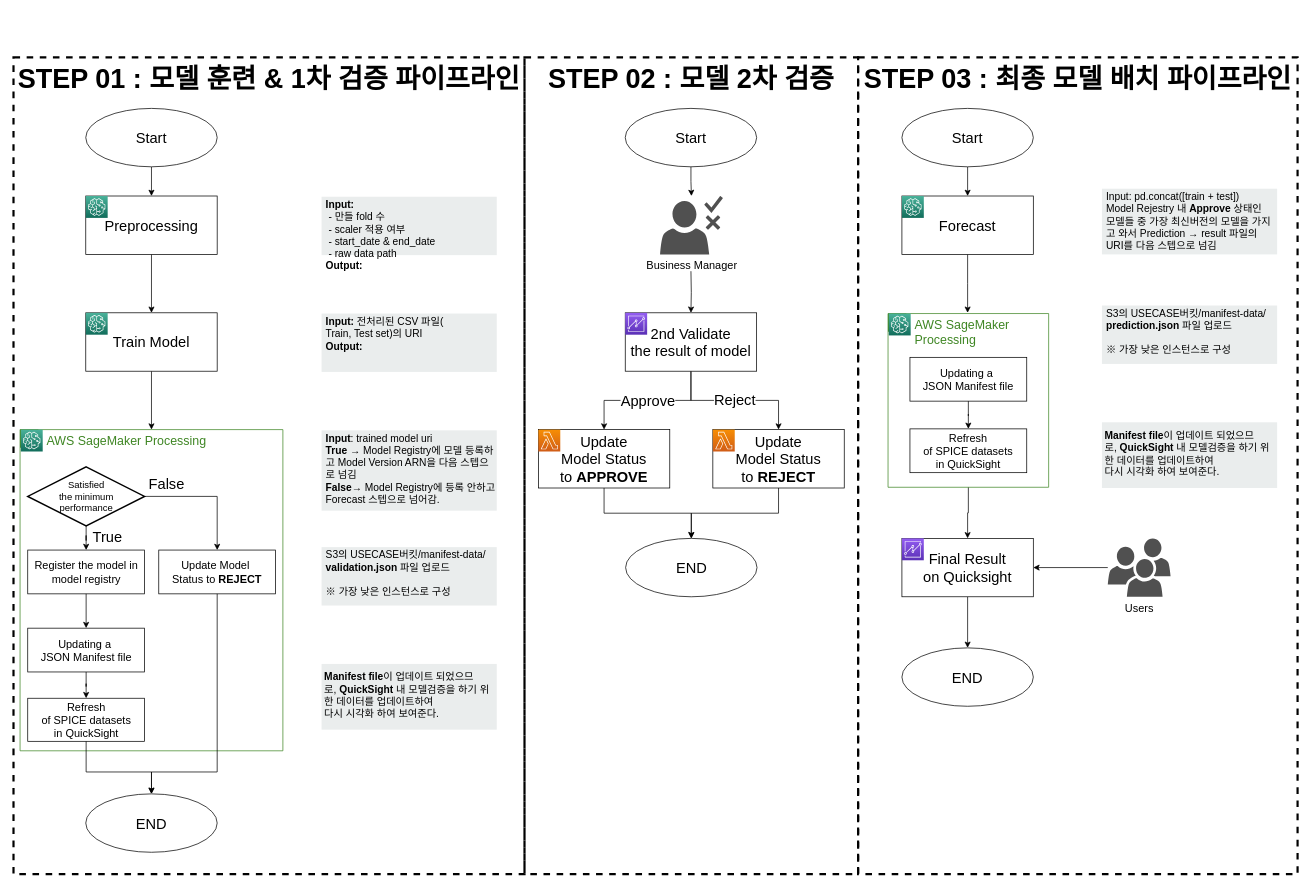
Earlier version of the draw.io diagram page "Prediction Flow" (8 of 10) of Forecast Diagram.drawio (gwangjinjeong/System-Diagram). Source tidied: cells renumbered, new cells numbered last; positions are measured from the earlier drawing's top-left corner, leaving out a move shared by most shapes. Both pictures are drawn from the tidied source at 73%, with x=0, y=0 at pixel (13, 57).
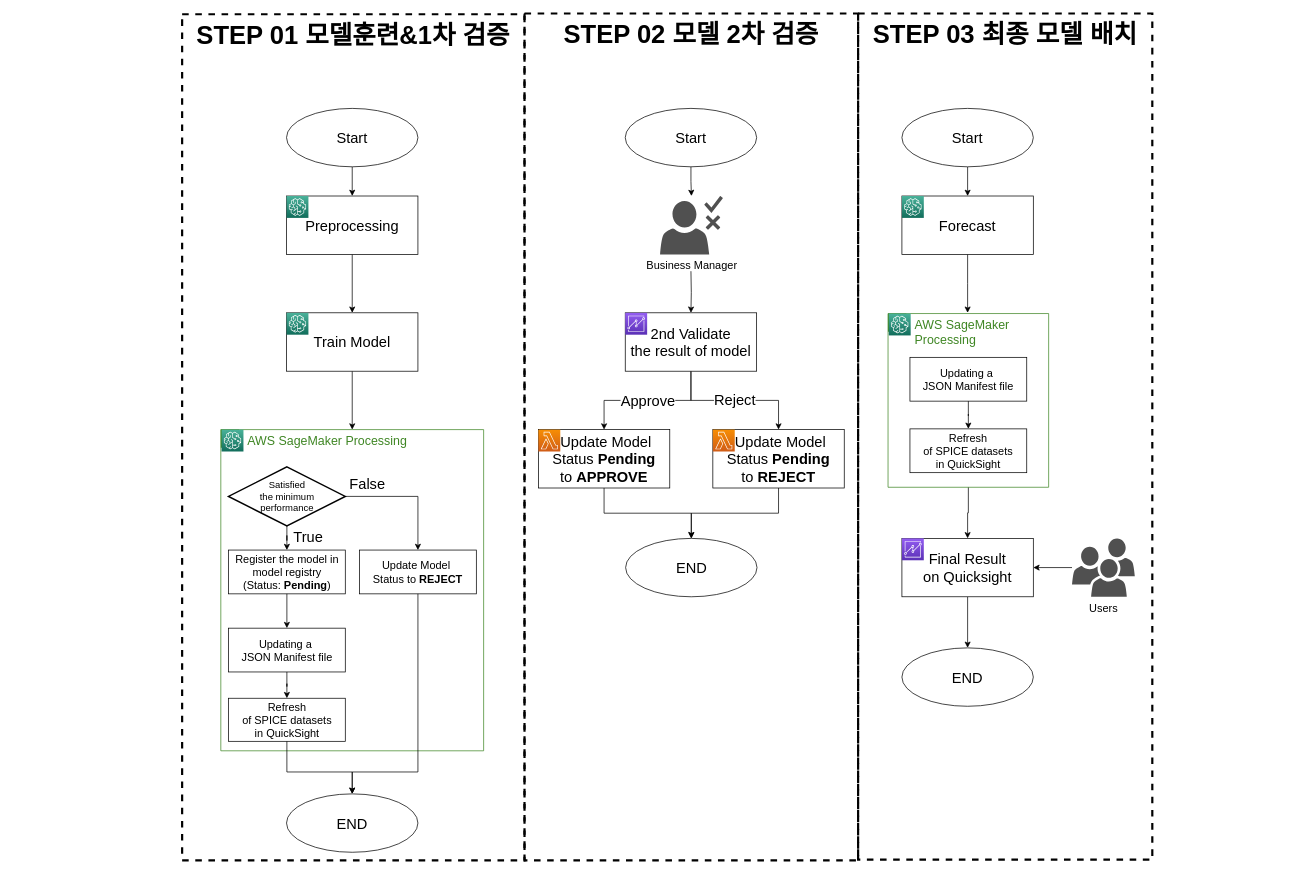
The same diagram, later.

The change refers to these unchanged cells:
```xml
<mxCell id="56" value="&lt;font style=&quot;&quot;&gt;&lt;div style=&quot;&quot;&gt;Refresh&lt;/div&gt;&lt;div style=&quot;&quot;&gt;of SPICE datasets&lt;/div&gt;&lt;div style=&quot;&quot;&gt;in QuickSight&lt;/div&gt;&lt;/font&gt;" style="rounded=0;whiteSpace=wrap;html=1;fontSize=15;" parent="55" vertex="1">
  <mxGeometry x="10.5" y="368" width="160" height="59" as="geometry" />
</mxCell>
<mxCell id="65" value="&lt;font style=&quot;&quot;&gt;&lt;div style=&quot;&quot;&gt;Update&amp;nbsp;&lt;span style=&quot;background-color: initial;&quot;&gt;Model&amp;nbsp;&lt;/span&gt;&lt;/div&gt;&lt;div style=&quot;&quot;&gt;&lt;span style=&quot;background-color: initial;&quot;&gt;Status&amp;nbsp;&lt;/span&gt;&lt;span style=&quot;background-color: initial;&quot;&gt;to &lt;b&gt;REJECT&lt;/b&gt;&lt;/span&gt;&lt;/div&gt;&lt;/font&gt;" style="rounded=0;whiteSpace=wrap;html=1;fontSize=15;" parent="55" vertex="1">
  <mxGeometry x="190" y="165" width="160" height="60" as="geometry" />
</mxCell>
```

Diff of the diagram source:
```diff
@@
+    <mxCell id="4" value="STEP 03 최종 모델 배치" style="fillColor=none;strokeColor=#000000;dashed=1;verticalAlign=top;fontStyle=1;fontColor=#000000;fontSize=35;strokeWidth=3;" parent="1" vertex="1">
+      <mxGeometry x="1157" y="-60" width="403" height="1159" as="geometry" />
+    </mxCell>
-    <mxCell id="2" value="STEP 01 : 모델 훈련 &amp; 1차 검증 파이프라인" style="fillColor=none;strokeColor=#000000;dashed=1;verticalAlign=top;fontStyle=1;fontColor=#000000;fontSize=37;strokeWidth=3;" parent="1" vertex="1">
-      <mxGeometry width="700" height="1119" as="geometry" />
+    <mxCell id="2" value="STEP 01 모델훈련&amp;1차 검증" style="fillColor=none;strokeColor=#000000;dashed=1;verticalAlign=top;fontStyle=1;fontColor=#000000;fontSize=35;strokeWidth=3;" parent="1" vertex="1">
+      <mxGeometry x="231" y="-59" width="469" height="1159" as="geometry" />
     </mxCell>
-    <mxCell id="3" value="STEP 02 : 모델 2차 검증" style="fillColor=none;strokeColor=#000000;dashed=1;verticalAlign=top;fontStyle=1;fontColor=#000000;fontSize=37;strokeWidth=3;" parent="1" vertex="1">
-      <mxGeometry x="700" width="457" height="1119" as="geometry" />
+    <mxCell id="3" value="STEP 02 모델 2차 검증" style="fillColor=none;strokeColor=#000000;dashed=1;verticalAlign=top;fontStyle=1;fontColor=#000000;fontSize=35;strokeWidth=3;" parent="1" vertex="1">
+      <mxGeometry x="700" y="-60" width="457" height="1160" as="geometry" />
     </mxCell>
-    <mxCell id="4" value="STEP 03 : 최종 모델 배치 파이프라인" style="fillColor=none;strokeColor=#000000;dashed=1;verticalAlign=top;fontStyle=1;fontColor=#000000;fontSize=37;strokeWidth=3;" parent="1" vertex="1">
-      <mxGeometry x="1157" width="602" height="1119" as="geometry" />
-    </mxCell>
@@
     <mxCell id="12" style="edgeStyle=orthogonalEdgeStyle;rounded=0;orthogonalLoop=1;jettySize=auto;html=1;fontSize=20;" parent="1" edge="1">
       <mxGeometry relative="1" as="geometry">
-        <mxPoint x="1307" y="430" as="sourcePoint" />
+        <mxPoint x="1538" y="368" as="sourcePoint" />
       </mxGeometry>
     </mxCell>
-    <mxCell id="13" style="group;" parent="1" vertex="1">
-      <mxGeometry x="1491" y="180" width="240" height="90" as="geometry" />
-    </mxCell>
-    <mxCell id="14" style="rounded=0;whiteSpace=wrap;html=1;fillColor=#EAEDED;fontSize=22;fontColor=#FFFFFF;strokeColor=none;labelBackgroundColor=none;" parent="13" vertex="1">
-      <mxGeometry width="240" height="90" as="geometry" />
-    </mxCell>
-    <mxCell id="15" value="Input: pd.concat([train + test])&lt;br&gt;Model Rejestry 내 &lt;b&gt;Approve&amp;nbsp;&lt;/b&gt;상태인&lt;br&gt;모델들 중 가장 최신버전의 모델을 가지고 와서 Prediction → result 파일의 URI를 다음 스텝으로 넘김" style="text;html=1;align=left;verticalAlign=top;spacingTop=-4;fontSize=14;labelBackgroundColor=none;whiteSpace=wrap;" parent="13" vertex="1">
-      <mxGeometry x="4.3" width="235.7" height="90" as="geometry" />
-    </mxCell>
-    <mxCell id="16" style="group;" parent="1" vertex="1">
-      <mxGeometry x="1491" y="340" width="240" height="80" as="geometry" />
-    </mxCell>
-    <mxCell id="17" style="rounded=0;whiteSpace=wrap;html=1;fillColor=#EAEDED;fontSize=22;fontColor=#FFFFFF;strokeColor=none;labelBackgroundColor=none;" parent="16" vertex="1">
-      <mxGeometry width="240" height="80" as="geometry" />
-    </mxCell>
-    <mxCell id="18" value="S3의 USECASE버킷/manifest-data/ &lt;b&gt;prediction.json&lt;/b&gt; 파일 업로드&amp;nbsp;&lt;br&gt;&lt;br style=&quot;border-color: var(--border-color);&quot;&gt;※ 가장 낮은 인스턴스로 구성" style="text;html=1;align=left;verticalAlign=top;spacingTop=-4;fontSize=14;labelBackgroundColor=none;whiteSpace=wrap;" parent="16" vertex="1">
-      <mxGeometry x="4.3" width="235.7" height="80" as="geometry" />
-    </mxCell>
-    <mxCell id="19" style="group;verticalAlign=middle;" parent="1" vertex="1">
-      <mxGeometry x="1491" y="500" width="240" height="90" as="geometry" />
-    </mxCell>
-    <mxCell id="20" style="rounded=0;whiteSpace=wrap;html=1;fillColor=#EAEDED;fontSize=22;fontColor=#FFFFFF;strokeColor=none;labelBackgroundColor=none;" parent="19" vertex="1">
-      <mxGeometry width="240" height="90" as="geometry" />
-    </mxCell>
-    <mxCell id="21" value="&lt;b&gt;Manifest file&lt;/b&gt;이 업데이트 되었으므로,&lt;b&gt;&amp;nbsp;QuickSight &lt;/b&gt;내 모델검증을 하기 위한 데이터를 업데이트하여&amp;nbsp;&lt;br&gt;다시 시각화 하여 보여준다." style="text;html=1;align=left;verticalAlign=middle;spacingTop=-4;fontSize=14;labelBackgroundColor=none;whiteSpace=wrap;" parent="19" vertex="1">
-      <mxGeometry x="2.3" width="235.7" height="90" as="geometry" />
-    </mxCell>
@@
-    <mxCell id="31" value="&lt;font style=&quot;font-size: 20px;&quot;&gt;Update&lt;br&gt;Model Status&lt;br&gt;to &lt;b&gt;APPROVE&lt;/b&gt;&lt;br&gt;&lt;/font&gt;" style="rounded=0;whiteSpace=wrap;html=1;" parent="1" vertex="1">
+    <mxCell id="31" value="&lt;font style=&quot;font-size: 20px;&quot;&gt;&amp;nbsp;Update Model Status &lt;b&gt;Pending&lt;/b&gt;&lt;br&gt;to &lt;b&gt;APPROVE&lt;/b&gt;&lt;br&gt;&lt;/font&gt;" style="rounded=0;whiteSpace=wrap;html=1;" parent="1" vertex="1">
       <mxGeometry x="719" y="510" width="180" height="80" as="geometry" />
     </mxCell>
@@
-    <mxCell id="33" value="&lt;font style=&quot;font-size: 20px;&quot;&gt;Update&lt;br style=&quot;border-color: var(--border-color);&quot;&gt;Model Status&lt;br style=&quot;border-color: var(--border-color);&quot;&gt;to&amp;nbsp;&lt;b&gt;REJECT&lt;/b&gt;&lt;br&gt;&lt;/font&gt;" style="rounded=0;whiteSpace=wrap;html=1;" parent="1" vertex="1">
+    <mxCell id="33" value="&lt;font style=&quot;font-size: 20px;&quot;&gt;&amp;nbsp;Update Model Status &lt;b&gt;Pending&lt;/b&gt;&lt;br style=&quot;border-color: var(--border-color);&quot;&gt;to&amp;nbsp;&lt;b style=&quot;border-color: var(--border-color);&quot;&gt;REJECT&lt;/b&gt;&lt;br&gt;&lt;/font&gt;" style="rounded=0;whiteSpace=wrap;html=1;" parent="1" vertex="1">
       <mxGeometry x="958" y="510" width="180" height="80" as="geometry" />
     </mxCell>
@@
     <mxCell id="37" value="&lt;font style=&quot;font-size: 20px;&quot;&gt;Start&lt;/font&gt;" style="ellipse;whiteSpace=wrap;html=1;" parent="1" vertex="1">
-      <mxGeometry x="99" y="70" width="180" height="80" as="geometry" />
+      <mxGeometry x="374" y="70" width="180" height="80" as="geometry" />
     </mxCell>
@@
-    <mxCell id="40" style="group;" parent="1" vertex="1">
-      <mxGeometry x="422" y="351" width="240" height="80" as="geometry" />
-    </mxCell>
-    <mxCell id="41" style="rounded=0;whiteSpace=wrap;html=1;fillColor=#EAEDED;fontSize=22;fontColor=#FFFFFF;strokeColor=none;labelBackgroundColor=none;" parent="40" vertex="1">
-      <mxGeometry width="240" height="80" as="geometry" />
-    </mxCell>
-    <mxCell id="42" value="&lt;b&gt;Input:&lt;/b&gt;&amp;nbsp;전처리된 CSV 파일(&lt;br&gt;Train, Test set)의 URI&lt;br&gt;&lt;b&gt;Output:&amp;nbsp;&lt;/b&gt;" style="text;html=1;align=left;verticalAlign=top;spacingTop=-4;fontSize=14;labelBackgroundColor=none;whiteSpace=wrap;" parent="40" vertex="1">
-      <mxGeometry x="4.3" width="235.7" height="80" as="geometry" />
-    </mxCell>
-    <mxCell id="43" style="group;" parent="1" vertex="1">
-      <mxGeometry x="422" y="511" width="240" height="110" as="geometry" />
-    </mxCell>
-    <mxCell id="44" style="rounded=0;whiteSpace=wrap;html=1;fillColor=#EAEDED;fontSize=22;fontColor=#FFFFFF;strokeColor=none;labelBackgroundColor=none;" parent="43" vertex="1">
-      <mxGeometry width="240" height="110" as="geometry" />
-    </mxCell>
-    <mxCell id="45" value="&lt;b&gt;Input&lt;/b&gt;: trained model uri&lt;br&gt;&lt;b&gt;True &lt;/b&gt;→&amp;nbsp;Model Registry에 모델 등록하고 Model Version ARN을 다음 스텝으로 넘김&lt;br&gt;&lt;b&gt;False&lt;/b&gt;→ Model Registry에&amp;nbsp;등록 안하고 Forecast 스텝으로 넘어감." style="text;html=1;align=left;verticalAlign=top;spacingTop=-4;fontSize=14;labelBackgroundColor=none;whiteSpace=wrap;" parent="43" vertex="1">
-      <mxGeometry x="4.3" width="235.7" height="110" as="geometry" />
-    </mxCell>
-    <mxCell id="46" style="group;" parent="1" vertex="1">
-      <mxGeometry x="422" y="671" width="240" height="80" as="geometry" />
-    </mxCell>
-    <mxCell id="47" style="rounded=0;whiteSpace=wrap;html=1;fillColor=#EAEDED;fontSize=22;fontColor=#FFFFFF;strokeColor=none;labelBackgroundColor=none;" parent="46" vertex="1">
-      <mxGeometry width="240" height="80" as="geometry" />
-    </mxCell>
-    <mxCell id="48" value="S3의 USECASE버킷/manifest-data/ &lt;b&gt;validation.json&lt;/b&gt; 파일 업로드&amp;nbsp;&lt;br&gt;&lt;br&gt;※ 가장 낮은 인스턴스로 구성" style="text;html=1;align=left;verticalAlign=top;spacingTop=-4;fontSize=14;labelBackgroundColor=none;whiteSpace=wrap;" parent="46" vertex="1">
-      <mxGeometry x="4.3" width="235.7" height="80" as="geometry" />
-    </mxCell>
-    <mxCell id="49" style="group;verticalAlign=middle;" parent="1" vertex="1">
-      <mxGeometry x="422" y="831" width="240" height="90" as="geometry" />
-    </mxCell>
-    <mxCell id="50" style="rounded=0;whiteSpace=wrap;html=1;fillColor=#EAEDED;fontSize=22;fontColor=#FFFFFF;strokeColor=none;labelBackgroundColor=none;" parent="49" vertex="1">
-      <mxGeometry width="240" height="90" as="geometry" />
-    </mxCell>
-    <mxCell id="51" value="&lt;b&gt;Manifest file&lt;/b&gt;이 업데이트 되었으므로,&lt;b&gt;&amp;nbsp;QuickSight &lt;/b&gt;내 모델검증을 하기 위한 데이터를 업데이트하여&amp;nbsp;&lt;br&gt;다시 시각화 하여 보여준다." style="text;html=1;align=left;verticalAlign=middle;spacingTop=-4;fontSize=14;labelBackgroundColor=none;whiteSpace=wrap;" parent="49" vertex="1">
-      <mxGeometry x="2.3" width="235.7" height="90" as="geometry" />
-    </mxCell>
-    <mxCell id="52" style="group;" parent="1" vertex="1">
-      <mxGeometry x="422" y="191" width="240" height="80" as="geometry" />
-    </mxCell>
-    <mxCell id="53" style="rounded=0;whiteSpace=wrap;html=1;fillColor=#EAEDED;fontSize=22;fontColor=#FFFFFF;strokeColor=none;labelBackgroundColor=none;" parent="52" vertex="1">
-      <mxGeometry width="240" height="80" as="geometry" />
-    </mxCell>
-    <mxCell id="54" value="&lt;b&gt;Input:&lt;br&gt;&lt;/b&gt;&amp;nbsp;- 만들 fold 수&amp;nbsp;&lt;br&gt;&amp;nbsp;- scaler 적용 여부&lt;br&gt;&amp;nbsp;- start_date &amp;amp; end_date&lt;br&gt;&amp;nbsp;- raw data path&lt;br&gt;&lt;b&gt;Output:&amp;nbsp;&lt;/b&gt;" style="text;html=1;align=left;verticalAlign=top;spacingTop=-4;fontSize=14;labelBackgroundColor=none;whiteSpace=wrap;" parent="52" vertex="1">
-      <mxGeometry x="4.3" width="235.7" height="80" as="geometry" />
-    </mxCell>
     <mxCell id="55" value="&lt;font style=&quot;font-size: 17px;&quot;&gt;&amp;nbsp;AWS SageMaker&amp;nbsp;Processing&lt;/font&gt;" style="points=[[0,0],[0.25,0],[0.5,0],[0.75,0],[1,0],[1,0.25],[1,0.5],[1,0.75],[1,1],[0.75,1],[0.5,1],[0.25,1],[0,1],[0,0.75],[0,0.5],[0,0.25]];outlineConnect=0;gradientColor=none;html=1;whiteSpace=wrap;fontSize=12;fontStyle=0;shape=mxgraph.aws4.group;grIcon=mxgraph.aws4.group_iot_greengrass_deployment;strokeColor=#3F8624;fillColor=none;verticalAlign=top;align=left;spacingLeft=30;fontColor=#3F8624;dashed=0;" parent="1" vertex="1">
-      <mxGeometry x="9" y="510" width="360" height="440" as="geometry" />
+      <mxGeometry x="284" y="510" width="360" height="440" as="geometry" />
     </mxCell>
@@
-    <mxCell id="62" value="&lt;font style=&quot;font-size: 15px;&quot;&gt;Register the model in model registry&lt;br style=&quot;font-size: 15px;&quot;&gt;&lt;/font&gt;" style="rounded=0;whiteSpace=wrap;html=1;fontSize=15;" parent="55" vertex="1">
+    <mxCell id="62" value="&lt;font style=&quot;font-size: 15px;&quot;&gt;Register the model in model registry&lt;br&gt;(Status: &lt;b&gt;Pending&lt;/b&gt;)&lt;br style=&quot;font-size: 15px;&quot;&gt;&lt;/font&gt;" style="rounded=0;whiteSpace=wrap;html=1;fontSize=15;" parent="55" vertex="1">
       <mxGeometry x="10.5" y="165" width="160" height="60" as="geometry" />
     </mxCell>
@@
     <mxCell id="67" value="True" style="text;html=1;strokeColor=none;fillColor=none;align=center;verticalAlign=middle;whiteSpace=wrap;rounded=0;fontSize=20;" parent="1" vertex="1">
-      <mxGeometry x="99" y="641" width="60" height="30" as="geometry" />
+      <mxGeometry x="374" y="641" width="60" height="30" as="geometry" />
     </mxCell>
@@
     <mxCell id="73" value="&lt;font style=&quot;font-size: 20px;&quot;&gt;END&lt;/font&gt;" style="ellipse;whiteSpace=wrap;html=1;" parent="1" vertex="1">
-      <mxGeometry x="99" y="1009" width="180" height="80" as="geometry" />
+      <mxGeometry x="374" y="1009" width="180" height="80" as="geometry" />
     </mxCell>
     <mxCell id="74" style="group;" parent="1" vertex="1">
-      <mxGeometry x="99" y="350" width="180" height="80" as="geometry" />
+      <mxGeometry x="374" y="350" width="180" height="80" as="geometry" />
     </mxCell>
@@
     <mxCell id="77" style="group;" parent="1" vertex="1">
-      <mxGeometry x="99" y="190" width="180" height="80" as="geometry" />
+      <mxGeometry x="374" y="190" width="180" height="80" as="geometry" />
     </mxCell>
@@
     <mxCell id="81" value="Users" style="sketch=0;shadow=0;dashed=0;html=1;strokeColor=none;fillColor=#505050;labelPosition=center;verticalLabelPosition=bottom;verticalAlign=top;outlineConnect=0;align=center;shape=mxgraph.office.users.users;fontSize=15;" parent="1" vertex="1">
-      <mxGeometry x="1499" y="659" width="86" height="80" as="geometry" />
+      <mxGeometry x="1450" y="659" width="86" height="80" as="geometry" />
     </mxCell>
@@
     <mxCell id="88" style="edgeStyle=orthogonalEdgeStyle;rounded=0;jettySize=auto;html=1;entryX=0.5;entryY=0;entryDx=0;entryDy=0;fontSize=20;" parent="1" edge="1" source="65" target="73">
       <mxGeometry relative="1" as="geometry">
         <Array as="points">
-          <mxPoint x="279" y="979" />
-          <mxPoint x="189" y="979" />
+          <mxPoint x="554" y="979" />
+          <mxPoint x="464" y="979" />
         </Array>
       </mxGeometry>
     </mxCell>
     <mxCell id="89" style="edgeStyle=orthogonalEdgeStyle;rounded=0;jettySize=auto;html=1;entryX=0.5;entryY=0;entryDx=0;entryDy=0;fontSize=20;" parent="1" edge="1" source="56" target="73">
       <mxGeometry relative="1" as="geometry">
         <Array as="points">
-          <mxPoint x="100" y="979" />
-          <mxPoint x="189" y="979" />
+          <mxPoint x="375" y="979" />
+          <mxPoint x="464" y="979" />
         </Array>
       </mxGeometry>
     </mxCell>
```
